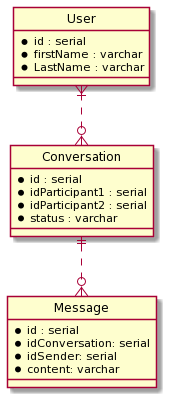
This is diagrams/erd_messenger.png from emjoj/AppDevelopment_Muni, a PlantUML export, as it was before one commit. Source of this version:
```plantuml
@startuml
hide circle

skinparam linetype ortho

entity User{
    *id : serial
    *firstName : varchar
    *LastName : varchar
}

entity Conversation{
    *id : serial
    *idParticipant1 : serial
    *idParticipant2 : serial
    *status : varchar
}

entity Message{
    *id : serial
    *idConversation: serial
    *idSender: serial
    *content: varchar
}

User}|..o{Conversation
Conversation||..o{Message
@enduml
```
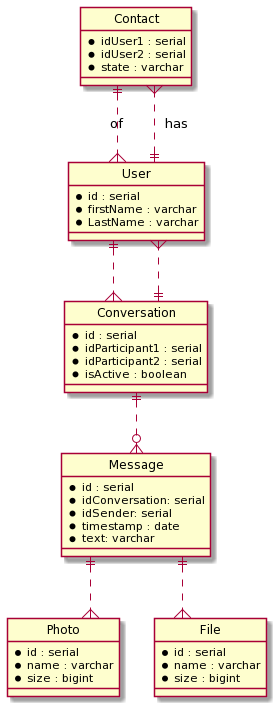
After the commit.

Change to the diagram source:
```diff
@@ -2,6 +2,14 @@
 hide circle
 
 skinparam linetype ortho
+
+
+entity Contact{
+    *idUser1 : serial
+    *idUser2 : serial
+    *state : varchar
+
+}
 
 entity User{
     *id : serial
@@ -9,20 +17,40 @@
     *LastName : varchar
 }
 
+
+
 entity Conversation{
     *id : serial
     *idParticipant1 : serial
     *idParticipant2 : serial
-    *status : varchar
+    *isActive : boolean
 }
 
 entity Message{
     *id : serial
     *idConversation: serial
     *idSender: serial
-    *content: varchar
+    *timestamp : date
+    *text: varchar
 }
 
-User}|..o{Conversation
+entity Photo{
+    *id : serial
+    *name : varchar
+    *size : bigint
+}
+
+entity File{
+    *id : serial
+    *name : varchar
+    *size : bigint
+}
+
+User||..{Conversation
+Conversation||..{User
+User||..{Contact : has
+Contact||..{User : of
 Conversation||..o{Message
+Message||..{Photo
+Message||..{File
 @enduml
```
